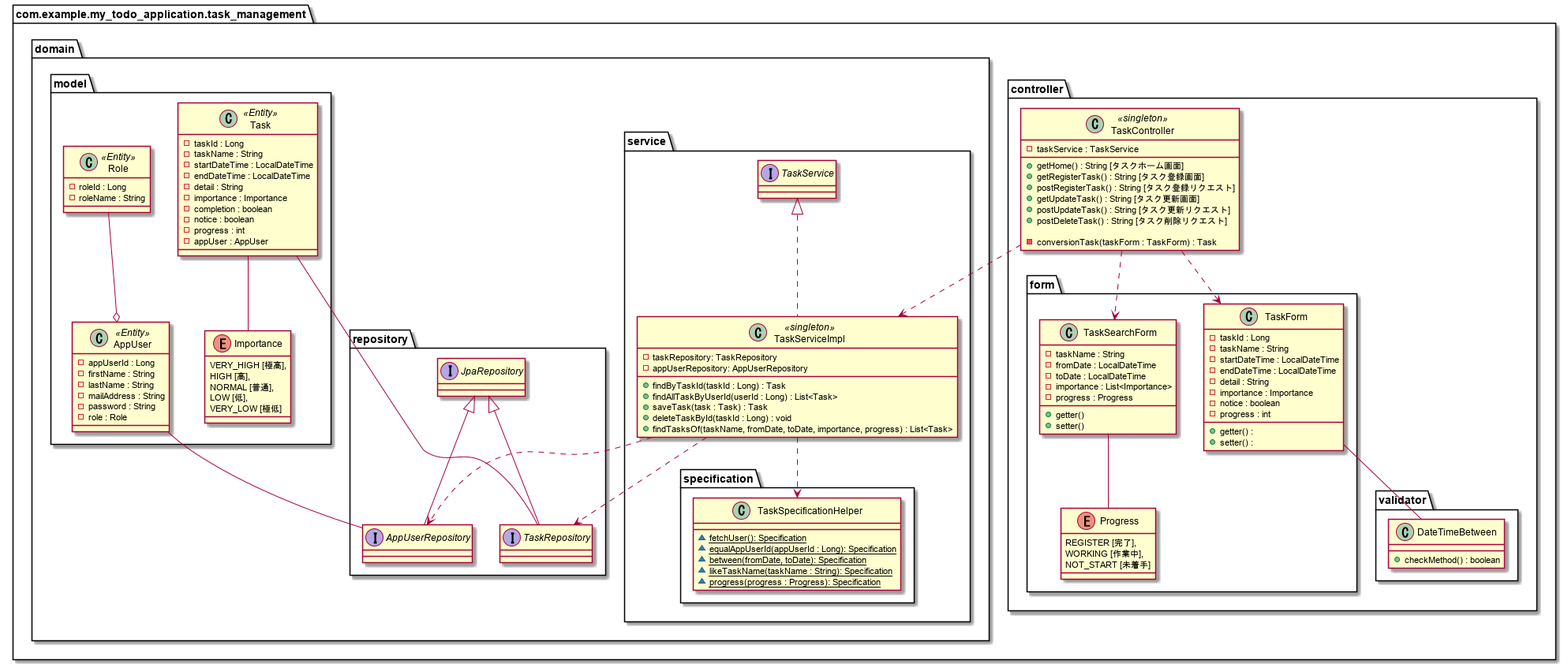
This is plantuml/task_relation_class.png from yasusi-1234/my_todo_application, a PlantUML export, as it was before one commit.
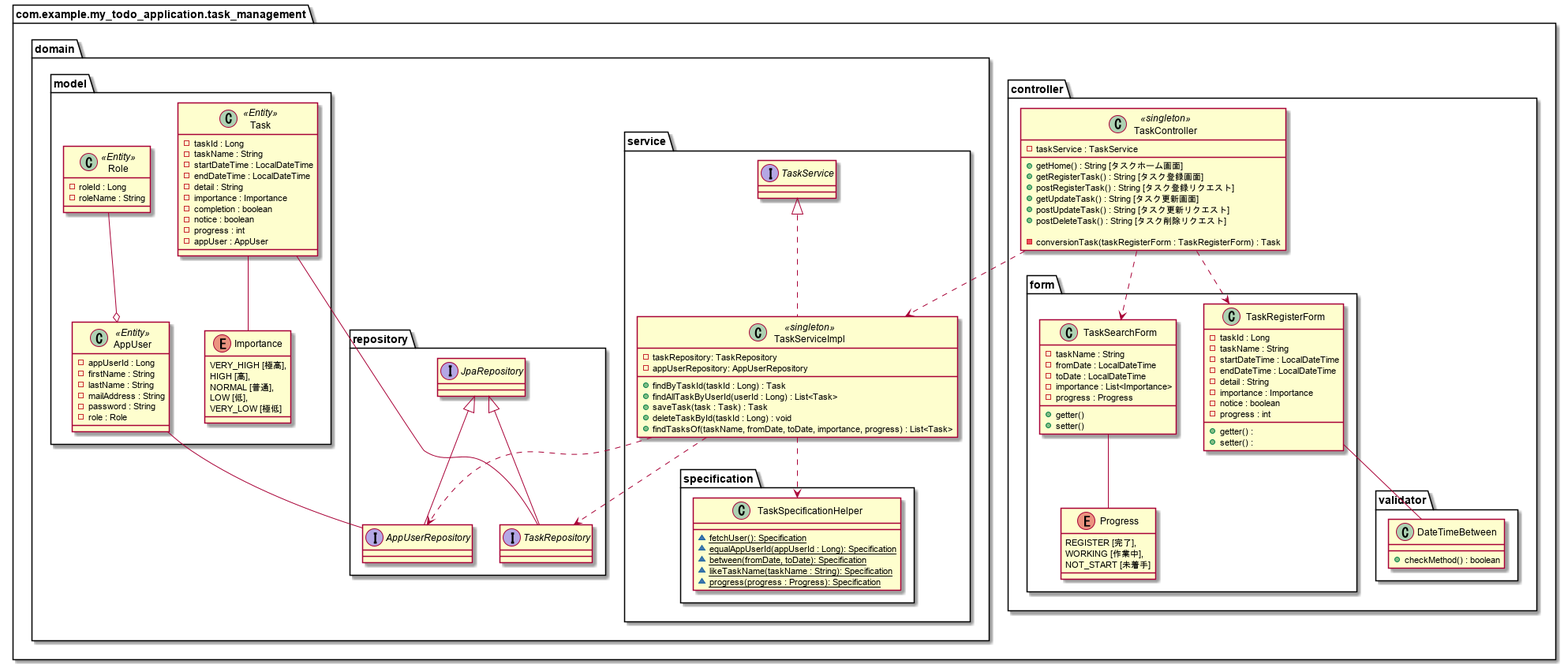
The same file after the commit.

Commit message:
TaskFormクラスをTaskRegisterFormにクラス名を変更

Diff of the diagram source:
```diff
@@ -13,10 +13,10 @@
             + postUpdateTask() : String [タスク更新リクエスト]
             + postDeleteTask() : String [タスク削除リクエスト]
 
-            - conversionTask(taskForm : TaskForm) : Task
+            - conversionTask(taskRegisterForm : TaskRegisterForm) : Task
         }
         package form{
-            class TaskForm{
+            class TaskRegisterForm{
                 - taskId : Long
                 - taskName : String
                 - startDateTime : LocalDateTime
@@ -142,11 +142,11 @@
 TaskServiceImpl ..> TaskSpecificationHelper
 
 TaskController ..> TaskServiceImpl
-TaskController ..> TaskForm
+TaskController ..> TaskRegisterForm
 TaskController ..> TaskSearchForm
 
 TaskSearchForm -- Progress
 
-TaskForm -- DateTimeBetween
+TaskRegisterForm -- DateTimeBetween
 
 @enduml
```
